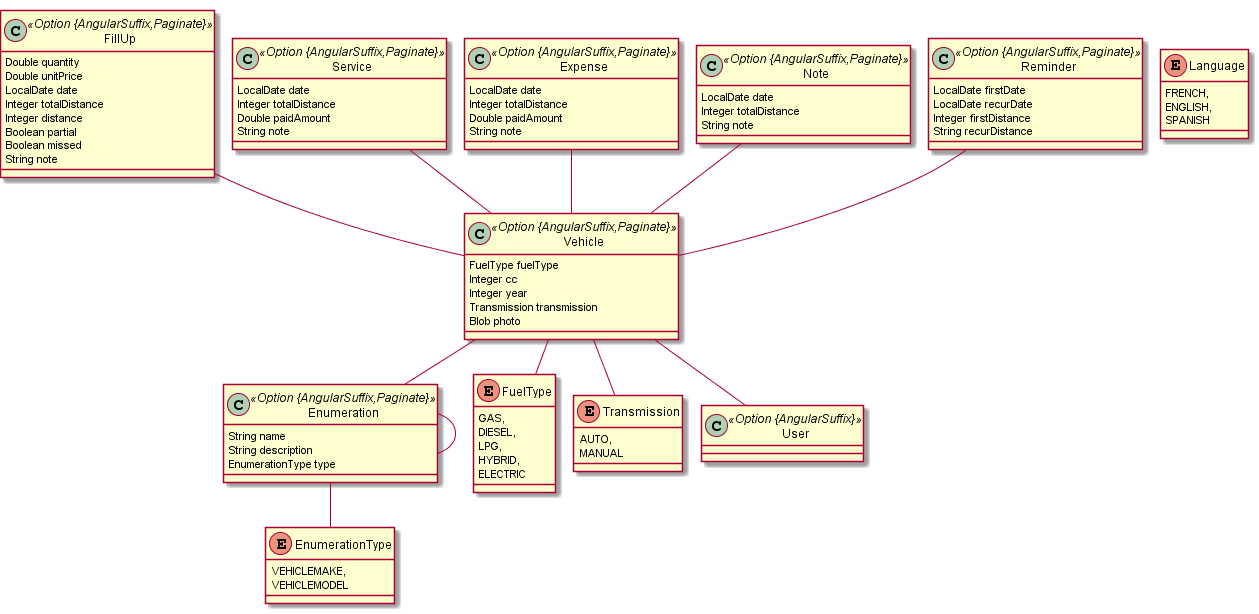
Above: jhipster/jhipster-jdl.png in hazerbaker/yakitanaliz (PlantUML), before the change.
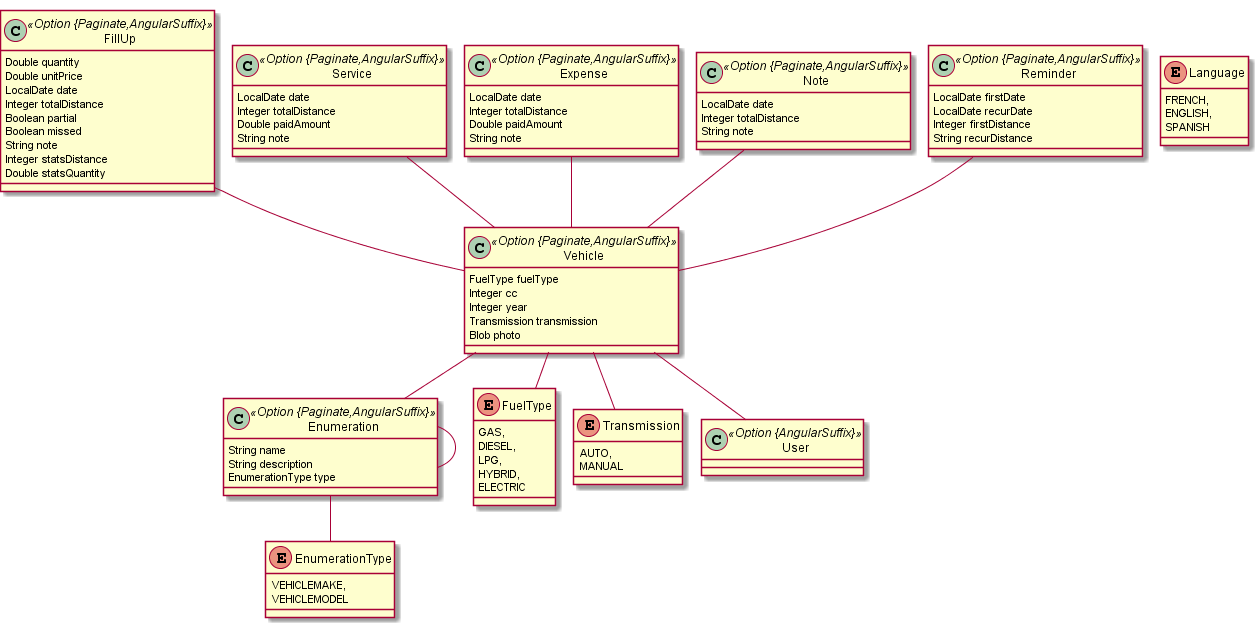
Later version of the same file.

The edit, as a diff of the source:
```diff
@@ -1,13 +1,13 @@
 @startuml
 	!pragma graphviz_dot jdot
 	!pragma syntax class
-	class Enumeration <<Option {AngularSuffix,Paginate}>> {
+	class Enumeration <<Option {Paginate,AngularSuffix}>> {
 		String name
 		String description
 		EnumerationType type
 	}
 	Enumeration ..> EnumerationType
-	class Vehicle <<Option {AngularSuffix,Paginate}>> {
+	class Vehicle <<Option {Paginate,AngularSuffix}>> {
 		FuelType fuelType
 		Integer cc
 		Integer year
@@ -16,34 +16,35 @@
 	}
 	Vehicle ..> FuelType
 	Vehicle ..> Transmission
-	class FillUp <<Option {AngularSuffix,Paginate}>> {
+	class FillUp <<Option {Paginate,AngularSuffix}>> {
 		Double quantity
 		Double unitPrice
 		LocalDate date
 		Integer totalDistance
-		Integer distance
 		Boolean partial
 		Boolean missed
 		String note
+		Integer statsDistance
+		Double statsQuantity
 	}
-	class Service <<Option {AngularSuffix,Paginate}>> {
+	class Service <<Option {Paginate,AngularSuffix}>> {
 		LocalDate date
 		Integer totalDistance
 		Double paidAmount
 		String note
 	}
-	class Expense <<Option {AngularSuffix,Paginate}>> {
+	class Expense <<Option {Paginate,AngularSuffix}>> {
 		LocalDate date
 		Integer totalDistance
 		Double paidAmount
 		String note
 	}
-	class Note <<Option {AngularSuffix,Paginate}>> {
+	class Note <<Option {Paginate,AngularSuffix}>> {
 		LocalDate date
 		Integer totalDistance
 		String note
 	}
-	class Reminder <<Option {AngularSuffix,Paginate}>> {
+	class Reminder <<Option {Paginate,AngularSuffix}>> {
 		LocalDate firstDate
 		LocalDate recurDate
 		Integer firstDistance
```
